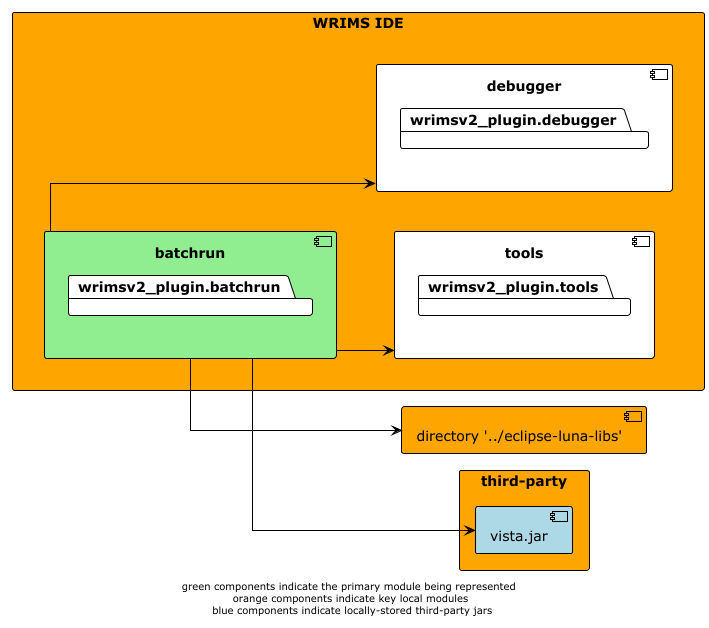
Above: docs/diagrams/wrims-ide/wrims-ide_batchrun.png in CentralValleyModeling/wrims-gui (PlantUML), before the change.
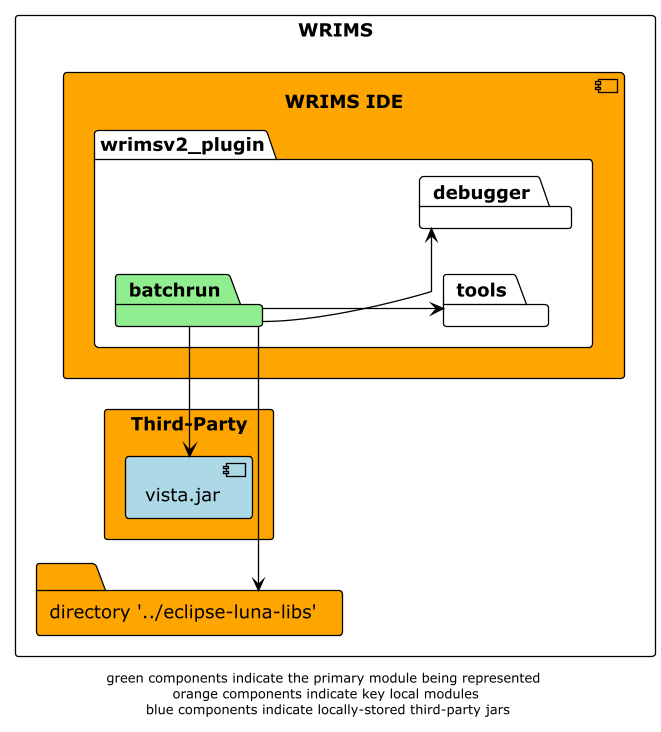
After the change.

What changed in the source:
```diff
@@ -4,25 +4,23 @@
 left to right direction
 skinparam linetype ortho
 
-rectangle wrims-ide as "WRIMS IDE" #orange {
-    component batchrun #lightgreen {
-        package wrimsv2_plugin.batchrun
+rectangle WRIMS {
+    component wrims-ide as "WRIMS IDE" #orange {
+        package wrimsv2_plugin {
+            package batchrun #lightgreen
+            package tools
+            package debugger
+        }
     }
-    component tools {
-        package wrimsv2_plugin.tools
-    }
-    component debugger {
-        package wrimsv2_plugin.debugger
+
+    folder luna_libs as "directory '../eclipse-luna-libs'" #orange
+    rectangle Third-Party #orange {
+        component vista as "vista.jar" #lightblue
     }
 }
 
-component luna_libs as "directory '../eclipse-luna-libs'" #orange
-rectangle third-party #orange {
-    component vista as "vista.jar" #lightblue
-}
-
-batchrun -down-> luna_libs
-batchrun -down-> vista
+batchrun -r-> luna_libs
+batchrun -l-> vista
 batchrun -down-> tools
 batchrun -down-> debugger
 
```
